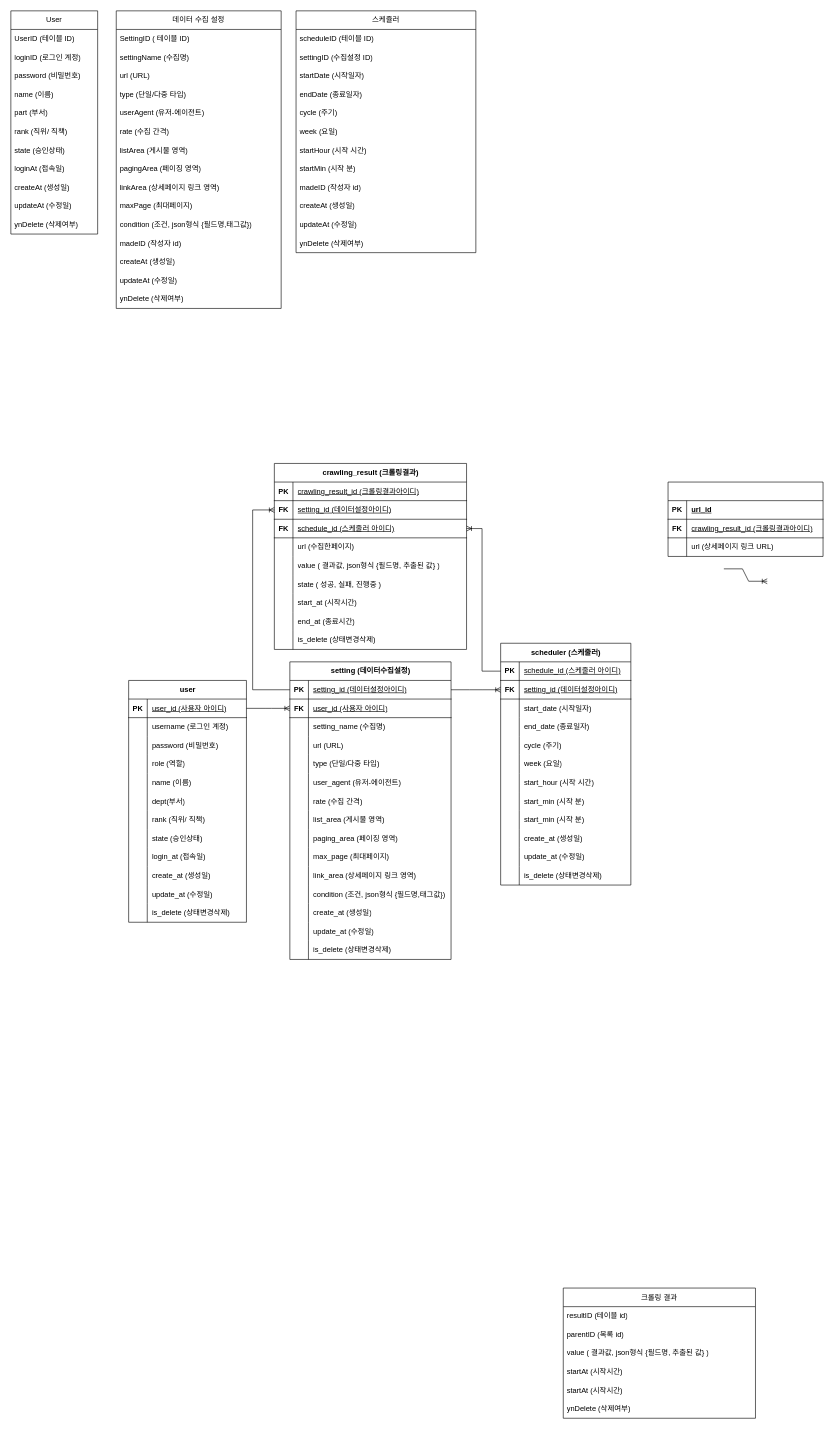
This is 문서/제목 없는 다이어그램.drawio from pky6147/ksis, a draw.io file, before an edit. Source tidied: cells renumbered, new cells numbered last; positions are measured from the earlier drawing's top-left corner, leaving out a move shared by most shapes. Both pictures are drawn from the tidied source at 62%, with x=0, y=0 at pixel (11, 11).
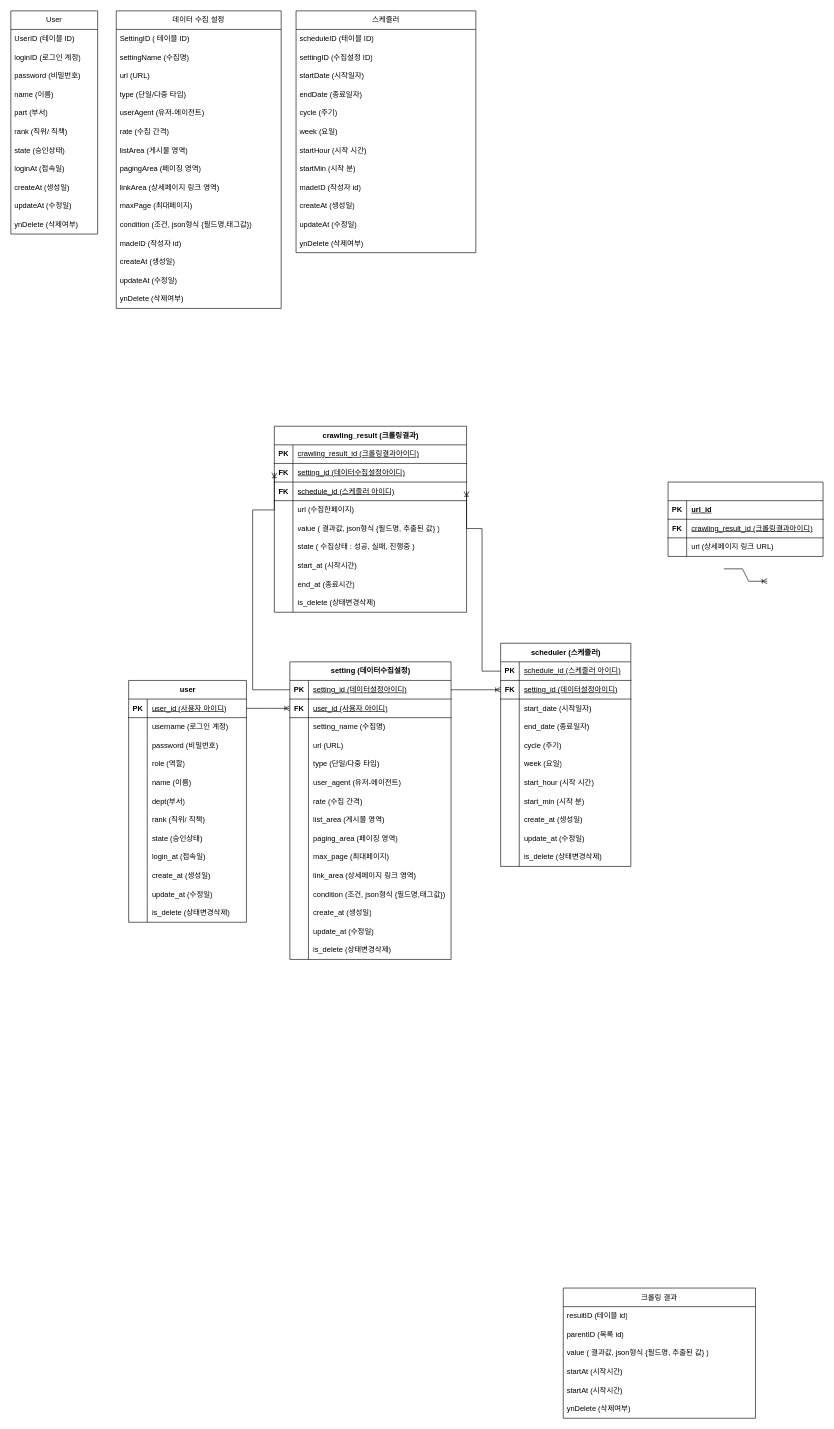
The same diagram, later.

Unchanged cells that the change refers to:
```xml
<mxCell id="175" style="shape=tableRow;horizontal=0;startSize=0;swimlaneHead=0;swimlaneBody=0;fillColor=none;points=[[0,0.5],[1,0.5]];portConstraint=eastwest;top=0;left=0;right=0;bottom=1;" parent="171" vertex="1">
  <mxGeometry y="60" width="310" height="30" as="geometry" />
</mxCell>
<mxCell id="187" style="shape=tableRow;horizontal=0;startSize=0;swimlaneHead=0;swimlaneBody=0;fillColor=none;top=0;left=0;right=0;bottom=0;" parent="171" vertex="1">
  <mxGeometry y="180" width="310" height="30" as="geometry" />
</mxCell>
```

Change to the diagram source:
```diff
@@
     <mxCell id="134" value="scheduler (스케줄러)" style="shape=table;startSize=30;childLayout=tableLayout;rowLines=0;fontStyle=1;align=center;html=1;" parent="1" vertex="1">
-      <mxGeometry x="790" y="1020" width="210" height="390" as="geometry" />
+      <mxGeometry x="790" y="1020" width="210" height="360" as="geometry" />
     </mxCell>
@@
-    <mxCell id="159" style="shape=tableRow;horizontal=0;startSize=0;swimlaneHead=0;swimlaneBody=0;fillColor=none;top=0;left=0;right=0;bottom=0;" parent="134" vertex="1">
-      <mxGeometry y="270" width="210" height="30" as="geometry" />
-    </mxCell>
-    <mxCell id="160" style="shape=partialRectangle;fillColor=none;top=0;left=0;bottom=0;right=0;overflow=hidden;whiteSpace=wrap;html=1;" parent="159" vertex="1">
-      <mxGeometry width="30" height="30" as="geometry" />
-    </mxCell>
-    <mxCell id="161" value="start_min (시작 분)" style="shape=partialRectangle;fillColor=none;top=0;left=0;bottom=0;right=0;align=left;spacingLeft=6;overflow=hidden;whiteSpace=wrap;html=1;" parent="159" vertex="1">
-      <mxGeometry x="30" width="180" height="30" as="geometry" />
-    </mxCell>
     <mxCell id="162" style="shape=tableRow;horizontal=0;startSize=0;swimlaneHead=0;swimlaneBody=0;fillColor=none;top=0;left=0;right=0;bottom=0;" parent="134" vertex="1">
-      <mxGeometry y="300" width="210" height="30" as="geometry" />
+      <mxGeometry y="270" width="210" height="30" as="geometry" />
     </mxCell>
@@
     <mxCell id="165" style="shape=tableRow;horizontal=0;startSize=0;swimlaneHead=0;swimlaneBody=0;fillColor=none;top=0;left=0;right=0;bottom=0;" parent="134" vertex="1">
-      <mxGeometry y="330" width="210" height="30" as="geometry" />
+      <mxGeometry y="300" width="210" height="30" as="geometry" />
     </mxCell>
@@
     <mxCell id="168" style="shape=tableRow;horizontal=0;startSize=0;swimlaneHead=0;swimlaneBody=0;fillColor=none;top=0;left=0;right=0;bottom=0;" parent="134" vertex="1">
-      <mxGeometry y="360" width="210" height="30" as="geometry" />
+      <mxGeometry y="330" width="210" height="30" as="geometry" />
     </mxCell>
@@
     <mxCell id="171" value="crawling_result (크롤링결과)" style="shape=table;startSize=30;childLayout=tableLayout;rowLines=0;fontStyle=1;align=center;html=1;" parent="1" vertex="1">
-      <mxGeometry x="425" y="730" width="310" height="300" as="geometry" />
+      <mxGeometry x="425" y="670" width="310" height="300" as="geometry" />
     </mxCell>
@@
-    <mxCell id="177" value="&lt;span style=&quot;font-weight: 400;&quot;&gt;setting_id (데이터설정아이디)&lt;/span&gt;" style="shape=partialRectangle;fillColor=none;top=0;left=0;bottom=0;right=0;align=left;spacingLeft=6;fontStyle=5;overflow=hidden;whiteSpace=wrap;html=1;" parent="175" vertex="1">
+    <mxCell id="177" value="&lt;span style=&quot;font-weight: 400;&quot;&gt;setting_id (데이터수집설정아이디)&lt;/span&gt;" style="shape=partialRectangle;fillColor=none;top=0;left=0;bottom=0;right=0;align=left;spacingLeft=6;fontStyle=5;overflow=hidden;whiteSpace=wrap;html=1;" parent="175" vertex="1">
       <mxGeometry x="30" width="280" height="30" as="geometry" />
     </mxCell>
@@
-    <mxCell id="189" value="state ( 성공, 실패, 진행중 )" style="shape=partialRectangle;fillColor=none;top=0;left=0;bottom=0;right=0;align=left;spacingLeft=6;overflow=hidden;whiteSpace=wrap;html=1;" parent="187" vertex="1">
+    <mxCell id="189" value="state ( 수집상태 : 성공, 실패, 진행중 )" style="shape=partialRectangle;fillColor=none;top=0;left=0;bottom=0;right=0;align=left;spacingLeft=6;overflow=hidden;whiteSpace=wrap;html=1;" parent="187" vertex="1">
       <mxGeometry x="30" width="280" height="30" as="geometry" />
     </mxCell>
```
